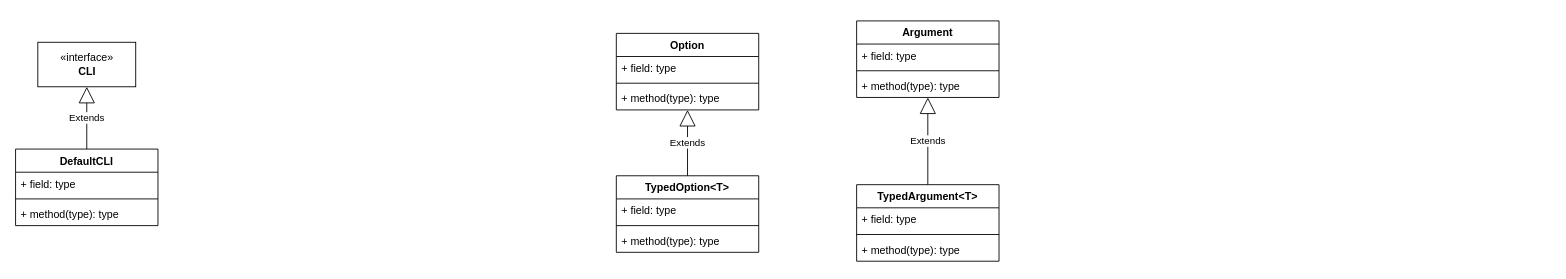
Above: cli.drawio in tadsimons/draw (draw.io), before the change. Source tidied: cells renumbered, new cells numbered last; positions are measured from the earlier drawing's top-left corner, leaving out a move shared by most shapes. Both pictures are drawn from the tidied source at 89%, with x=0, y=0 at pixel (15, 20).
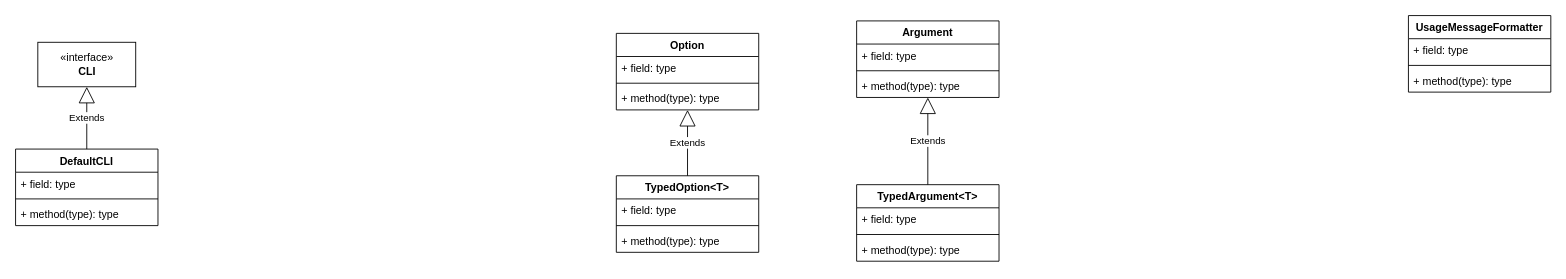
After the change.

What changed in the source:
```diff
@@
+    <mxCell id="26" value="UsageMessageFormatter" style="swimlane;fontStyle=1;align=center;verticalAlign=top;horizontal=1;startSize=26;" parent="1" vertex="1">
+      <mxGeometry x="1565" y="-6" width="160" height="86" as="geometry" />
+    </mxCell>
+    <mxCell id="27" value="+ field: type" style="text;strokeColor=none;fillColor=none;align=left;verticalAlign=top;spacingLeft=4;spacingRight=4;overflow=hidden;" parent="26" vertex="1">
+      <mxGeometry y="26" width="160" height="26" as="geometry" />
+    </mxCell>
+    <mxCell id="28" style="line;strokeWidth=1;fillColor=none;align=left;verticalAlign=middle;spacingTop=-1;spacingLeft=3;spacingRight=3;labelPosition=right;" parent="26" vertex="1">
+      <mxGeometry y="52" width="160" height="8" as="geometry" />
+    </mxCell>
+    <mxCell id="29" value="+ method(type): type" style="text;strokeColor=none;fillColor=none;align=left;verticalAlign=top;spacingLeft=4;spacingRight=4;overflow=hidden;" parent="26" vertex="1">
+      <mxGeometry y="60" width="160" height="26" as="geometry" />
+    </mxCell>
```
